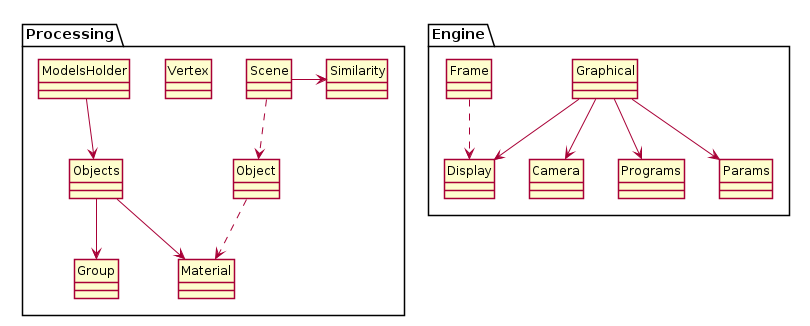
This is RAPPORTS/diagrames/graphics.png from technolapin/moteur-de-jeu, a PlantUML export, as it was before one commit.
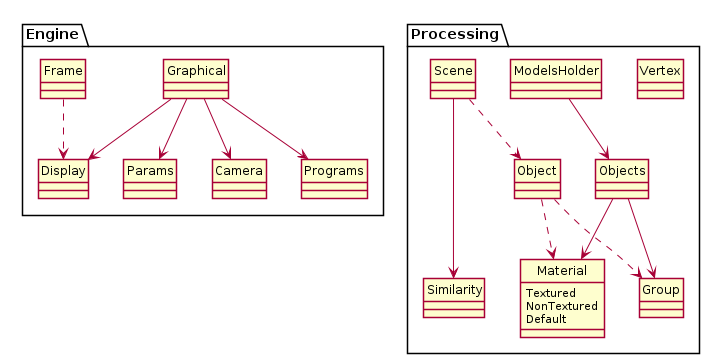
Above is the later version.

The edit, as a diff of the source:
```diff
@@ -16,21 +16,27 @@
 
 package Processing
 {
-	class Similarity
 	class Vertex
 	class Group
-	class Material
+	enum Material {
+	     Textured
+    	     NonTextured
+	     Default
+	}
 	class ModelsHolder
 	class Object
 	class Objects
 	class Scene
 	class Vertex
+	class Similarity
+
 }
 
 
 
 ModelsHolder --> Objects
 Object ..> Material
+Object ..> Group
 Objects --> Group
 Objects --> Material
 
@@ -41,7 +47,7 @@
 
 
 Scene ..> Object
-Scene -> Similarity
+Scene ---> Similarity
 
 
 Frame ..> Display
```
